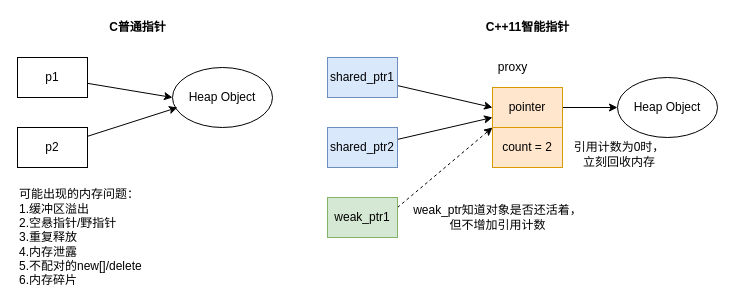
Before: C++.drawio in xuelei20/drawio, a draw.io diagram. Source tidied: cells renumbered, new cells numbered last; positions are measured from the earlier drawing's top-left corner, leaving out a move shared by most shapes. Both pictures are drawn from the tidied source at 100%, with x=0, y=0 at pixel (17, 17).
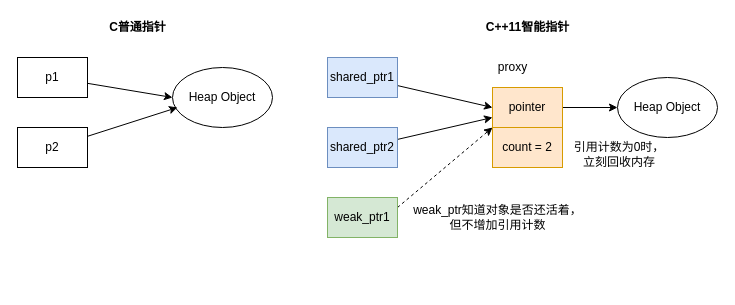
The same diagram, later.

Diff of the diagram source:
```diff
@@
-    <mxCell id="22" value="可能出现的内存问题：&lt;br&gt;1.缓冲区溢出&lt;br&gt;2.空悬指针/野指针&lt;br&gt;3.重复释放&lt;br&gt;4.内存泄露&lt;br&gt;5.不配对的new[]/delete&lt;br&gt;6.内存碎片" style="text;html=1;align=left;verticalAlign=middle;" parent="1" vertex="1">
-      <mxGeometry y="170" width="140" height="100" as="geometry" />
-    </mxCell>
```
